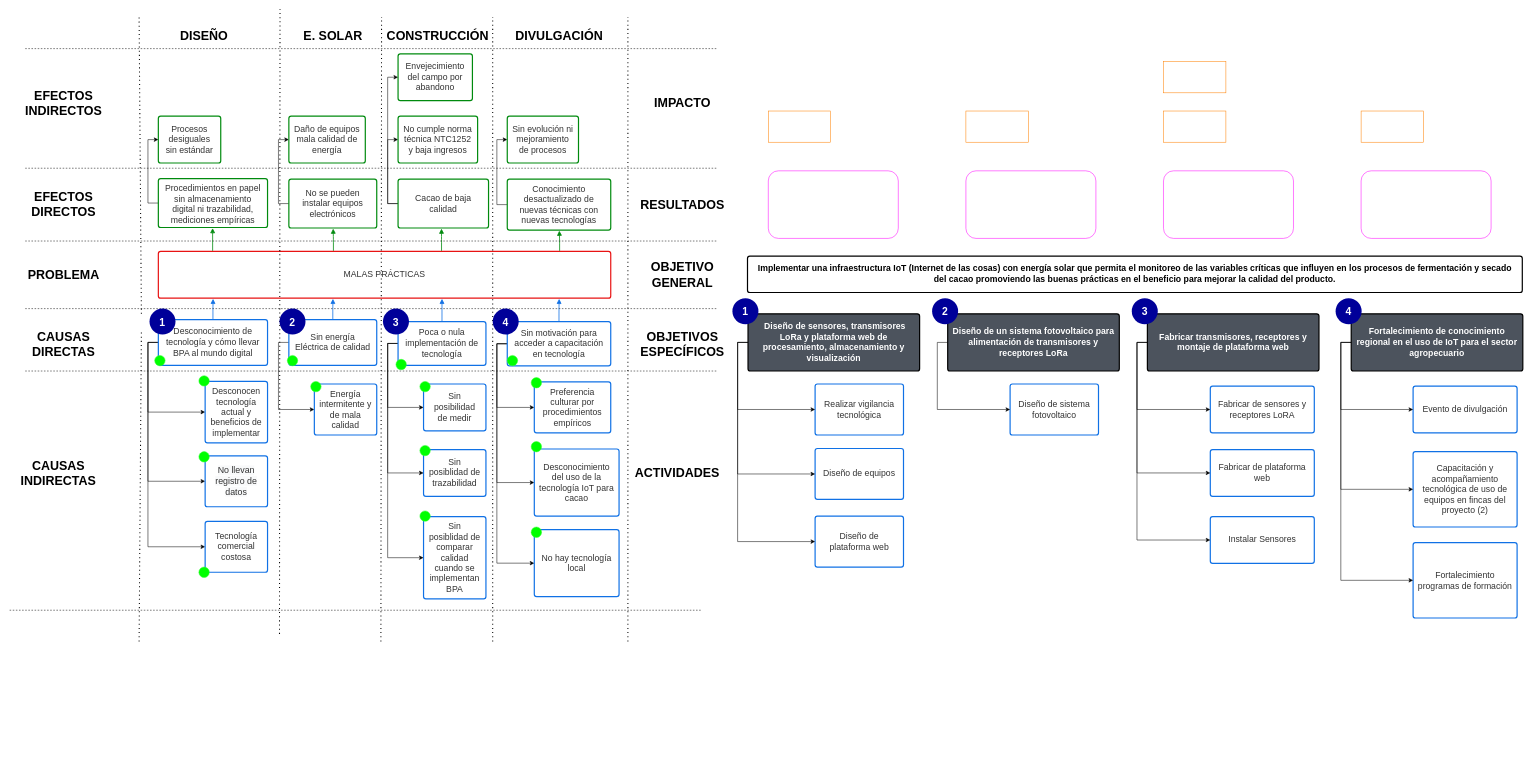
Above: page "Arbol de problemas" (1 of 2) of Diagrama sin título.drawio in LeonDV/documentacion (draw.io), before the change. Source tidied: cells renumbered, new cells numbered last; positions are measured from the earlier drawing's top-left corner, leaving out a move shared by most shapes. Both pictures are drawn from the tidied source at 52%, with x=0, y=0 at pixel (9, 9).
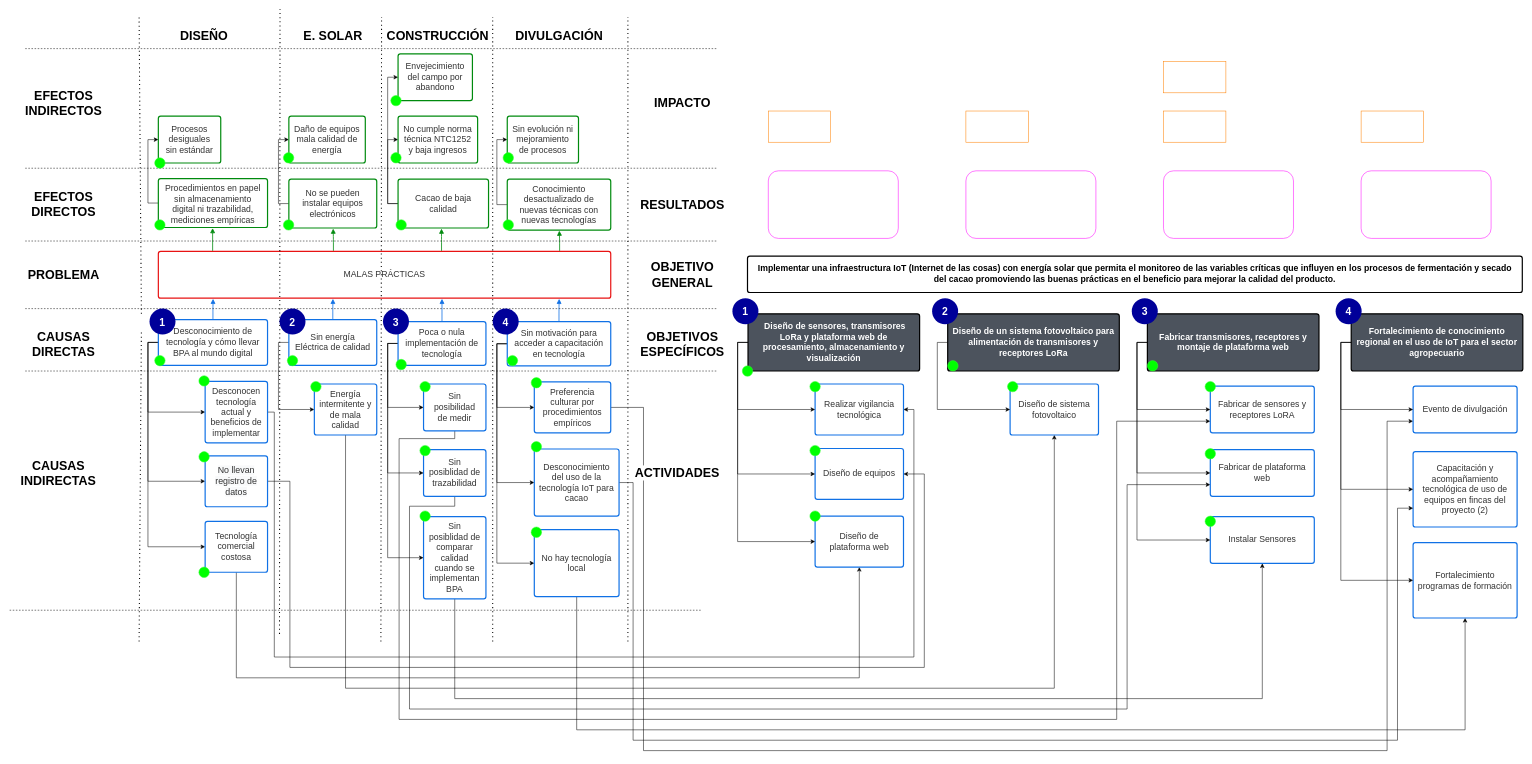
Above is the later version.

The change refers to these unchanged cells:
```xml
<mxCell id="17" value="&lt;span style=&quot;color: rgb(51, 51, 51); font-family: Helvetica; font-size: 17px; font-style: normal; font-variant-ligatures: normal; font-variant-caps: normal; font-weight: 400; letter-spacing: normal; orphans: 2; text-align: center; text-indent: 0px; text-transform: none; widows: 2; word-spacing: 0px; -webkit-text-stroke-width: 0px; background-color: rgb(248, 249, 250); text-decoration-thickness: initial; text-decoration-style: initial; text-decoration-color: initial; float: none; display: inline !important;&quot;&gt;No llevan registro de datos&lt;/span&gt;&lt;br&gt;" style="html=1;overflow=block;blockSpacing=1;whiteSpace=wrap;fontSize=16.7;fontColor=#333333;align=center;spacing=9;strokeColor=#1071e5;strokeOpacity=100;rounded=1;absoluteArcSize=1;arcSize=9;strokeWidth=2.3;" parent="1" vertex="1">
  <mxGeometry x="377" y="859" width="120" height="98" as="geometry" />
</mxCell>
<mxCell id="18" value="Sin posiblidad de trazabilidad" style="html=1;overflow=block;blockSpacing=1;whiteSpace=wrap;fontSize=16.7;fontColor=#333333;align=center;spacing=9;strokeColor=#1071e5;strokeOpacity=100;rounded=1;absoluteArcSize=1;arcSize=9;strokeWidth=2.3;" parent="1" vertex="1">
  <mxGeometry x="797" y="847" width="120" height="90" as="geometry" />
</mxCell>
<mxCell id="19" value="Energía intermitente y de mala calidad" style="html=1;overflow=block;blockSpacing=1;whiteSpace=wrap;fontSize=16.7;fontColor=#333333;align=center;spacing=9;strokeColor=#1071e5;strokeOpacity=100;rounded=1;absoluteArcSize=1;arcSize=9;strokeWidth=2.3;" parent="1" vertex="1">
  <mxGeometry x="587" y="721" width="120" height="98" as="geometry" />
</mxCell>
<mxCell id="20" value="Sin posibilidad de medir" style="html=1;overflow=block;blockSpacing=1;whiteSpace=wrap;fontSize=16.7;fontColor=#333333;align=center;spacing=9;strokeColor=#1071e5;strokeOpacity=100;rounded=1;absoluteArcSize=1;arcSize=9;strokeWidth=2.3;" parent="1" vertex="1">
  <mxGeometry x="797" y="721" width="120" height="90" as="geometry" />
</mxCell>
<mxCell id="21" value="Sin posiblidad de comparar calidad cuando se implementan BPA" style="html=1;overflow=block;blockSpacing=1;whiteSpace=wrap;fontSize=16.7;fontColor=#333333;align=center;spacing=9;strokeColor=#1071e5;strokeOpacity=100;rounded=1;absoluteArcSize=1;arcSize=9;strokeWidth=2.3;" parent="1" vertex="1">
  <mxGeometry x="797" y="976" width="120" height="158" as="geometry" />
</mxCell>
<mxCell id="22" value="Preferencia culturar por procedimientos empíricos" style="html=1;overflow=block;blockSpacing=1;whiteSpace=wrap;fontSize=16.7;fontColor=#333333;align=center;spacing=9;strokeColor=#1071e5;strokeOpacity=100;rounded=1;absoluteArcSize=1;arcSize=9;strokeWidth=2.3;" parent="1" vertex="1">
  <mxGeometry x="1010" y="717" width="147" height="98" as="geometry" />
</mxCell>
<mxCell id="72" style="group;" parent="1" vertex="1">
  <mxGeometry x="1775" y="556" width="360" height="140" as="geometry" />
</mxCell>
<mxCell id="75" style="group;" parent="1" vertex="1">
  <mxGeometry x="2300" y="556" width="360" height="140" as="geometry" />
</mxCell>
<mxCell id="81" value="Tecnología comercial costosa" style="html=1;overflow=block;blockSpacing=1;whiteSpace=wrap;fontSize=16.7;fontColor=#333333;align=center;spacing=9;strokeColor=#1071e5;strokeOpacity=100;rounded=1;absoluteArcSize=1;arcSize=9;strokeWidth=2.3;" parent="1" vertex="1">
  <mxGeometry x="377" y="985" width="120" height="98" as="geometry" />
</mxCell>
<mxCell id="82" value="Diseño de equipos" style="html=1;overflow=block;blockSpacing=1;whiteSpace=wrap;fontSize=16.7;fontColor=#333333;align=center;spacing=9;strokeColor=#1071e5;strokeOpacity=100;rounded=1;absoluteArcSize=1;arcSize=9;strokeWidth=2.3;" parent="1" vertex="1">
  <mxGeometry x="1550" y="845" width="170" height="98" as="geometry" />
</mxCell>
<mxCell id="83" value="Diseño de plataforma web" style="html=1;overflow=block;blockSpacing=1;whiteSpace=wrap;fontSize=16.7;fontColor=#333333;align=center;spacing=9;strokeColor=#1071e5;strokeOpacity=100;rounded=1;absoluteArcSize=1;arcSize=9;strokeWidth=2.3;" parent="1" vertex="1">
  <mxGeometry x="1550" y="975" width="170" height="98" as="geometry" />
</mxCell>
<mxCell id="86" value="Diseño de sistema fotovoltaico" style="html=1;overflow=block;blockSpacing=1;whiteSpace=wrap;fontSize=16.7;fontColor=#333333;align=center;spacing=9;strokeColor=#1071e5;strokeOpacity=100;rounded=1;absoluteArcSize=1;arcSize=9;strokeWidth=2.3;" parent="1" vertex="1">
  <mxGeometry x="1925" y="721" width="170" height="98" as="geometry" />
</mxCell>
<mxCell id="88" value="Fabricar de sensores y receptores LoRA" style="html=1;overflow=block;blockSpacing=1;whiteSpace=wrap;fontSize=16.7;fontColor=#333333;align=center;spacing=9;strokeColor=#1071e5;strokeOpacity=100;rounded=1;absoluteArcSize=1;arcSize=9;strokeWidth=2.3;" parent="1" vertex="1">
  <mxGeometry x="2310" y="725" width="200" height="90" as="geometry" />
</mxCell>
<mxCell id="89" value="Fabricar de plataforma web" style="html=1;overflow=block;blockSpacing=1;whiteSpace=wrap;fontSize=16.7;fontColor=#333333;align=center;spacing=9;strokeColor=#1071e5;strokeOpacity=100;rounded=1;absoluteArcSize=1;arcSize=9;strokeWidth=2.3;" parent="1" vertex="1">
  <mxGeometry x="2310" y="847" width="200" height="90" as="geometry" />
</mxCell>
<mxCell id="92" value="Evento de divulgación" style="html=1;overflow=block;blockSpacing=1;whiteSpace=wrap;fontSize=16.7;fontColor=#333333;align=center;spacing=9;strokeColor=#1071e5;strokeOpacity=100;rounded=1;absoluteArcSize=1;arcSize=9;strokeWidth=2.3;" parent="1" vertex="1">
  <mxGeometry x="2700" y="725" width="200" height="90" as="geometry" />
</mxCell>
<mxCell id="100" value="Capacitación y acompañamiento tecnológica de uso de equipos en fincas del proyecto (2)" style="html=1;overflow=block;blockSpacing=1;whiteSpace=wrap;fontSize=16.7;fontColor=#333333;align=center;spacing=9;strokeColor=#1071e5;strokeOpacity=100;rounded=1;absoluteArcSize=1;arcSize=9;strokeWidth=2.3;" parent="1" vertex="1">
  <mxGeometry x="2700" y="851" width="200" height="145" as="geometry" />
</mxCell>
<mxCell id="102" value="Instalar Sensores" style="html=1;overflow=block;blockSpacing=1;whiteSpace=wrap;fontSize=16.7;fontColor=#333333;align=center;spacing=9;strokeColor=#1071e5;strokeOpacity=100;rounded=1;absoluteArcSize=1;arcSize=9;strokeWidth=2.3;" parent="1" vertex="1">
  <mxGeometry x="2310" y="976" width="200" height="90" as="geometry" />
</mxCell>
<mxCell id="104" value="Desconocimiento del uso de la tecnología IoT para cacao" style="html=1;overflow=block;blockSpacing=1;whiteSpace=wrap;fontSize=16.7;fontColor=#333333;align=center;spacing=9;strokeColor=#1071e5;strokeOpacity=100;rounded=1;absoluteArcSize=1;arcSize=9;strokeWidth=2.3;" parent="1" vertex="1">
  <mxGeometry x="1010" y="846" width="163" height="129" as="geometry" />
</mxCell>
<mxCell id="105" value="Realizar vigilancia tecnológica" style="html=1;overflow=block;blockSpacing=1;whiteSpace=wrap;fontSize=16.7;fontColor=#333333;align=center;spacing=9;strokeColor=#1071e5;strokeOpacity=100;rounded=1;absoluteArcSize=1;arcSize=9;strokeWidth=2.3;" parent="1" vertex="1">
  <mxGeometry x="1550" y="721" width="170" height="98" as="geometry" />
</mxCell>
<mxCell id="107" value="Desconocen tecnología actual y beneficios de implementar" style="html=1;overflow=block;blockSpacing=1;whiteSpace=wrap;fontSize=16.7;fontColor=#333333;align=center;spacing=9;strokeColor=#1071e5;strokeOpacity=100;rounded=1;absoluteArcSize=1;arcSize=9;strokeWidth=2.3;" parent="1" vertex="1">
  <mxGeometry x="377" y="716" width="120" height="118" as="geometry" />
</mxCell>
<mxCell id="117" value="No hay tecnología local" style="html=1;overflow=block;blockSpacing=1;whiteSpace=wrap;fontSize=16.7;fontColor=#333333;align=center;spacing=9;strokeColor=#1071e5;strokeOpacity=100;rounded=1;absoluteArcSize=1;arcSize=9;strokeWidth=2.3;" parent="1" vertex="1">
  <mxGeometry x="1010" y="1001" width="163" height="129" as="geometry" />
</mxCell>
<mxCell id="118" value="Fortalecimiento programas de formación" style="html=1;overflow=block;blockSpacing=1;whiteSpace=wrap;fontSize=16.7;fontColor=#333333;align=center;spacing=9;strokeColor=#1071e5;strokeOpacity=100;rounded=1;absoluteArcSize=1;arcSize=9;strokeWidth=2.3;" parent="1" vertex="1">
  <mxGeometry x="2700" y="1026" width="200" height="145" as="geometry" />
</mxCell>
```

What changed in the source:
```diff
@@
+    <mxCell id="135" style="edgeStyle=orthogonalEdgeStyle;rounded=0;jettySize=auto;html=1;exitX=1;exitY=0.5;exitDx=0;exitDy=0;entryX=1;entryY=0.5;entryDx=0;entryDy=0;fontFamily=Helvetica;fontSize=12;fontColor=default;" parent="1" edge="1" source="17" target="82">
+      <mxGeometry relative="1" as="geometry">
+        <Array as="points">
+          <mxPoint x="540" y="908" />
+          <mxPoint x="540" y="1266" />
+          <mxPoint x="1760" y="1266" />
+          <mxPoint x="1760" y="894" />
+        </Array>
+      </mxGeometry>
+    </mxCell>
@@
+    <mxCell id="136" style="edgeStyle=orthogonalEdgeStyle;rounded=0;jettySize=auto;html=1;exitX=0.5;exitY=1;exitDx=0;exitDy=0;entryX=0;entryY=0.75;entryDx=0;entryDy=0;fontFamily=Helvetica;fontSize=12;fontColor=default;" parent="1" edge="1" source="18" target="89">
+      <mxGeometry relative="1" as="geometry">
+        <Array as="points">
+          <mxPoint x="857" y="956" />
+          <mxPoint x="770" y="956" />
+          <mxPoint x="770" y="1346" />
+          <mxPoint x="2150" y="1346" />
+          <mxPoint x="2150" y="915" />
+        </Array>
+      </mxGeometry>
+    </mxCell>
@@
+    <mxCell id="137" style="edgeStyle=orthogonalEdgeStyle;rounded=0;jettySize=auto;html=1;exitX=0.5;exitY=1;exitDx=0;exitDy=0;entryX=0.5;entryY=1;entryDx=0;entryDy=0;fontFamily=Helvetica;fontSize=12;fontColor=default;" parent="1" edge="1" source="19" target="86">
+      <mxGeometry relative="1" as="geometry">
+        <Array as="points">
+          <mxPoint x="647" y="1306" />
+          <mxPoint x="2010" y="1306" />
+        </Array>
+      </mxGeometry>
+    </mxCell>
@@
+    <mxCell id="138" style="edgeStyle=orthogonalEdgeStyle;rounded=0;jettySize=auto;html=1;exitX=0.5;exitY=1;exitDx=0;exitDy=0;entryX=0;entryY=0.75;entryDx=0;entryDy=0;fontFamily=Helvetica;fontSize=12;fontColor=default;" parent="1" edge="1" source="20" target="88">
+      <mxGeometry relative="1" as="geometry">
+        <Array as="points">
+          <mxPoint x="857" y="826" />
+          <mxPoint x="750" y="826" />
+          <mxPoint x="750" y="1366" />
+          <mxPoint x="2130" y="1366" />
+          <mxPoint x="2130" y="793" />
+        </Array>
+      </mxGeometry>
+    </mxCell>
@@
+    <mxCell id="139" style="edgeStyle=orthogonalEdgeStyle;rounded=0;jettySize=auto;html=1;exitX=0.5;exitY=1;exitDx=0;exitDy=0;entryX=0.5;entryY=1;entryDx=0;entryDy=0;fontFamily=Helvetica;fontSize=12;fontColor=default;" parent="1" edge="1" source="21" target="102">
+      <mxGeometry relative="1" as="geometry">
+        <Array as="points">
+          <mxPoint x="857" y="1326" />
+          <mxPoint x="2410" y="1326" />
+        </Array>
+      </mxGeometry>
+    </mxCell>
@@
+    <mxCell id="140" style="edgeStyle=orthogonalEdgeStyle;rounded=0;jettySize=auto;html=1;exitX=1;exitY=0.5;exitDx=0;exitDy=0;entryX=0;entryY=0.75;entryDx=0;entryDy=0;fontFamily=Helvetica;fontSize=12;fontColor=default;" parent="1" edge="1" source="22" target="92">
+      <mxGeometry relative="1" as="geometry">
+        <Array as="points">
+          <mxPoint x="1220" y="766" />
+          <mxPoint x="1220" y="1426" />
+          <mxPoint x="2650" y="1426" />
+          <mxPoint x="2650" y="793" />
+        </Array>
+      </mxGeometry>
+    </mxCell>
@@
     <mxCell id="69" style="group;" parent="1" vertex="1">
-      <mxGeometry x="1391" y="556" width="360" height="140" as="geometry" />
+      <mxGeometry x="1391" y="556" width="360" height="150" as="geometry" />
     </mxCell>
@@
+    <mxCell id="141" style="ellipse;whiteSpace=wrap;html=1;labelBackgroundColor=default;strokeColor=#33FF33;fontFamily=Helvetica;fontSize=12;fontColor=default;fillColor=#00FF00;" parent="69" vertex="1">
+      <mxGeometry x="19" y="130" width="20" height="20" as="geometry" />
+    </mxCell>
@@
+    <mxCell id="142" style="ellipse;whiteSpace=wrap;html=1;labelBackgroundColor=default;strokeColor=#33FF33;fontFamily=Helvetica;fontSize=12;fontColor=default;fillColor=#00FF00;" parent="72" vertex="1">
+      <mxGeometry x="30" y="120" width="20" height="20" as="geometry" />
+    </mxCell>
@@
+    <mxCell id="143" style="ellipse;whiteSpace=wrap;html=1;labelBackgroundColor=default;strokeColor=#33FF33;fontFamily=Helvetica;fontSize=12;fontColor=default;fillColor=#00FF00;" parent="75" vertex="1">
+      <mxGeometry x="-111" y="120" width="20" height="20" as="geometry" />
+    </mxCell>
@@
+    <mxCell id="144" style="edgeStyle=orthogonalEdgeStyle;rounded=0;jettySize=auto;html=1;exitX=0.5;exitY=1;exitDx=0;exitDy=0;entryX=0.5;entryY=1;entryDx=0;entryDy=0;fontFamily=Helvetica;fontSize=12;fontColor=default;" parent="1" edge="1" source="81" target="83">
+      <mxGeometry relative="1" as="geometry">
+        <Array as="points">
+          <mxPoint x="437" y="1286" />
+          <mxPoint x="1635" y="1286" />
+        </Array>
+      </mxGeometry>
+    </mxCell>
@@
+    <mxCell id="145" style="edgeStyle=orthogonalEdgeStyle;rounded=0;jettySize=auto;html=1;exitX=1;exitY=0.5;exitDx=0;exitDy=0;entryX=0;entryY=0.75;entryDx=0;entryDy=0;fontFamily=Helvetica;fontSize=12;fontColor=default;" parent="1" edge="1" source="104" target="100">
+      <mxGeometry relative="1" as="geometry">
+        <Array as="points">
+          <mxPoint x="1200" y="911" />
+          <mxPoint x="1200" y="1406" />
+          <mxPoint x="2670" y="1406" />
+          <mxPoint x="2670" y="960" />
+        </Array>
+      </mxGeometry>
+    </mxCell>
@@
+    <mxCell id="146" style="edgeStyle=orthogonalEdgeStyle;rounded=0;jettySize=auto;html=1;exitX=1;exitY=0.5;exitDx=0;exitDy=0;entryX=1;entryY=0.5;entryDx=0;entryDy=0;fontFamily=Helvetica;fontSize=12;fontColor=default;" parent="1" edge="1" source="107" target="105">
+      <mxGeometry relative="1" as="geometry">
+        <Array as="points">
+          <mxPoint x="510" y="775" />
+          <mxPoint x="510" y="1246" />
+          <mxPoint x="1740" y="1246" />
+          <mxPoint x="1740" y="770" />
+        </Array>
+      </mxGeometry>
+    </mxCell>
@@
+    <mxCell id="147" style="edgeStyle=orthogonalEdgeStyle;rounded=0;jettySize=auto;html=1;exitX=0.5;exitY=1;exitDx=0;exitDy=0;entryX=0.5;entryY=1;entryDx=0;entryDy=0;fontFamily=Helvetica;fontSize=12;fontColor=default;" parent="1" edge="1" source="117" target="118">
+      <mxGeometry relative="1" as="geometry">
+        <Array as="points">
+          <mxPoint x="1092" y="1386" />
+          <mxPoint x="2800" y="1386" />
+        </Array>
+      </mxGeometry>
+    </mxCell>
@@
+    <mxCell id="148" style="ellipse;whiteSpace=wrap;html=1;labelBackgroundColor=default;strokeColor=#33FF33;fontFamily=Helvetica;fontSize=12;fontColor=default;fillColor=#00FF00;" parent="1" vertex="1">
+      <mxGeometry x="280" y="405" width="20" height="20" as="geometry" />
+    </mxCell>
+    <mxCell id="149" style="ellipse;whiteSpace=wrap;html=1;labelBackgroundColor=default;strokeColor=#33FF33;fontFamily=Helvetica;fontSize=12;fontColor=default;fillColor=#00FF00;" parent="1" vertex="1">
+      <mxGeometry x="280" y="286" width="20" height="20" as="geometry" />
+    </mxCell>
+    <mxCell id="150" style="ellipse;whiteSpace=wrap;html=1;labelBackgroundColor=default;strokeColor=#33FF33;fontFamily=Helvetica;fontSize=12;fontColor=default;fillColor=#00FF00;" parent="1" vertex="1">
+      <mxGeometry x="527.5" y="405" width="20" height="20" as="geometry" />
+    </mxCell>
+    <mxCell id="151" style="ellipse;whiteSpace=wrap;html=1;labelBackgroundColor=default;strokeColor=#33FF33;fontFamily=Helvetica;fontSize=12;fontColor=default;fillColor=#00FF00;" parent="1" vertex="1">
+      <mxGeometry x="527.5" y="276" width="20" height="20" as="geometry" />
+    </mxCell>
+    <mxCell id="152" style="ellipse;whiteSpace=wrap;html=1;labelBackgroundColor=default;strokeColor=#33FF33;fontFamily=Helvetica;fontSize=12;fontColor=default;fillColor=#00FF00;" parent="1" vertex="1">
+      <mxGeometry x="744" y="405" width="20" height="20" as="geometry" />
+    </mxCell>
+    <mxCell id="153" style="ellipse;whiteSpace=wrap;html=1;labelBackgroundColor=default;strokeColor=#33FF33;fontFamily=Helvetica;fontSize=12;fontColor=default;fillColor=#00FF00;" parent="1" vertex="1">
+      <mxGeometry x="734" y="276" width="20" height="20" as="geometry" />
+    </mxCell>
+    <mxCell id="154" style="ellipse;whiteSpace=wrap;html=1;labelBackgroundColor=default;strokeColor=#33FF33;fontFamily=Helvetica;fontSize=12;fontColor=default;fillColor=#00FF00;" parent="1" vertex="1">
+      <mxGeometry x="734" y="166" width="20" height="20" as="geometry" />
+    </mxCell>
+    <mxCell id="155" style="ellipse;whiteSpace=wrap;html=1;labelBackgroundColor=default;strokeColor=#33FF33;fontFamily=Helvetica;fontSize=12;fontColor=default;fillColor=#00FF00;" parent="1" vertex="1">
+      <mxGeometry x="950" y="405" width="20" height="20" as="geometry" />
+    </mxCell>
+    <mxCell id="156" style="ellipse;whiteSpace=wrap;html=1;labelBackgroundColor=default;strokeColor=#33FF33;fontFamily=Helvetica;fontSize=12;fontColor=default;fillColor=#00FF00;" parent="1" vertex="1">
+      <mxGeometry x="950" y="276" width="20" height="20" as="geometry" />
+    </mxCell>
+    <mxCell id="157" style="ellipse;whiteSpace=wrap;html=1;labelBackgroundColor=default;strokeColor=#33FF33;fontFamily=Helvetica;fontSize=12;fontColor=default;fillColor=#00FF00;" parent="1" vertex="1">
+      <mxGeometry x="1540" y="716" width="20" height="20" as="geometry" />
+    </mxCell>
+    <mxCell id="158" style="ellipse;whiteSpace=wrap;html=1;labelBackgroundColor=default;strokeColor=#33FF33;fontFamily=Helvetica;fontSize=12;fontColor=default;fillColor=#00FF00;" parent="1" vertex="1">
+      <mxGeometry x="1540" y="839" width="20" height="20" as="geometry" />
+    </mxCell>
+    <mxCell id="159" style="ellipse;whiteSpace=wrap;html=1;labelBackgroundColor=default;strokeColor=#33FF33;fontFamily=Helvetica;fontSize=12;fontColor=default;fillColor=#00FF00;" parent="1" vertex="1">
+      <mxGeometry x="1540" y="965" width="20" height="20" as="geometry" />
+    </mxCell>
+    <mxCell id="160" style="ellipse;whiteSpace=wrap;html=1;labelBackgroundColor=default;strokeColor=#33FF33;fontFamily=Helvetica;fontSize=12;fontColor=default;fillColor=#00FF00;" parent="1" vertex="1">
+      <mxGeometry x="1920" y="716" width="20" height="20" as="geometry" />
+    </mxCell>
+    <mxCell id="161" style="ellipse;whiteSpace=wrap;html=1;labelBackgroundColor=default;strokeColor=#33FF33;fontFamily=Helvetica;fontSize=12;fontColor=default;fillColor=#00FF00;" parent="1" vertex="1">
+      <mxGeometry x="2300" y="716" width="20" height="20" as="geometry" />
+    </mxCell>
+    <mxCell id="162" style="ellipse;whiteSpace=wrap;html=1;labelBackgroundColor=default;strokeColor=#33FF33;fontFamily=Helvetica;fontSize=12;fontColor=default;fillColor=#00FF00;" parent="1" vertex="1">
+      <mxGeometry x="2300" y="845" width="20" height="20" as="geometry" />
+    </mxCell>
+    <mxCell id="163" style="ellipse;whiteSpace=wrap;html=1;labelBackgroundColor=default;strokeColor=#33FF33;fontFamily=Helvetica;fontSize=12;fontColor=default;fillColor=#00FF00;" parent="1" vertex="1">
+      <mxGeometry x="2300" y="975" width="20" height="20" as="geometry" />
+    </mxCell>
```
